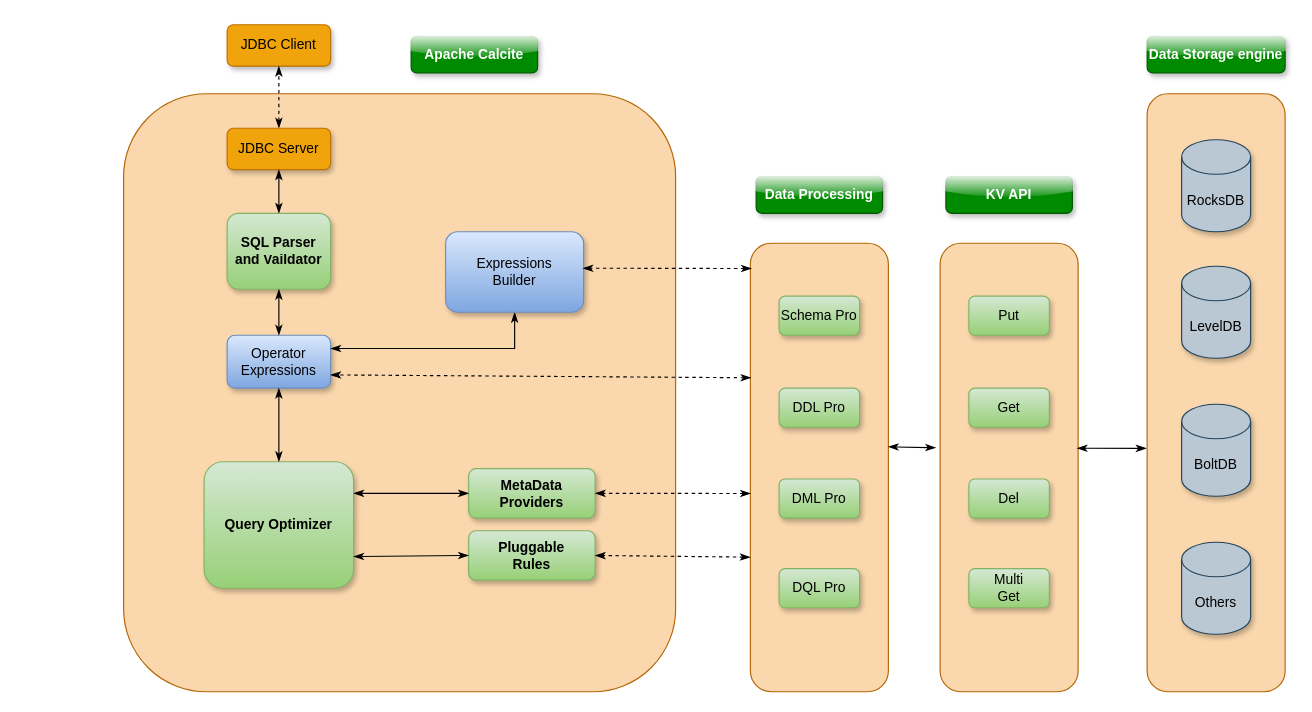
This is Untitled Diagram.drawio from arlottang/tdh_bit, a draw.io file, before an edit. Source tidied: cells renumbered, new cells numbered last; positions are measured from the earlier drawing's top-left corner, leaving out a move shared by most shapes. Both pictures are drawn from the tidied source at 115%, with x=0, y=0 at pixel (123, 24).
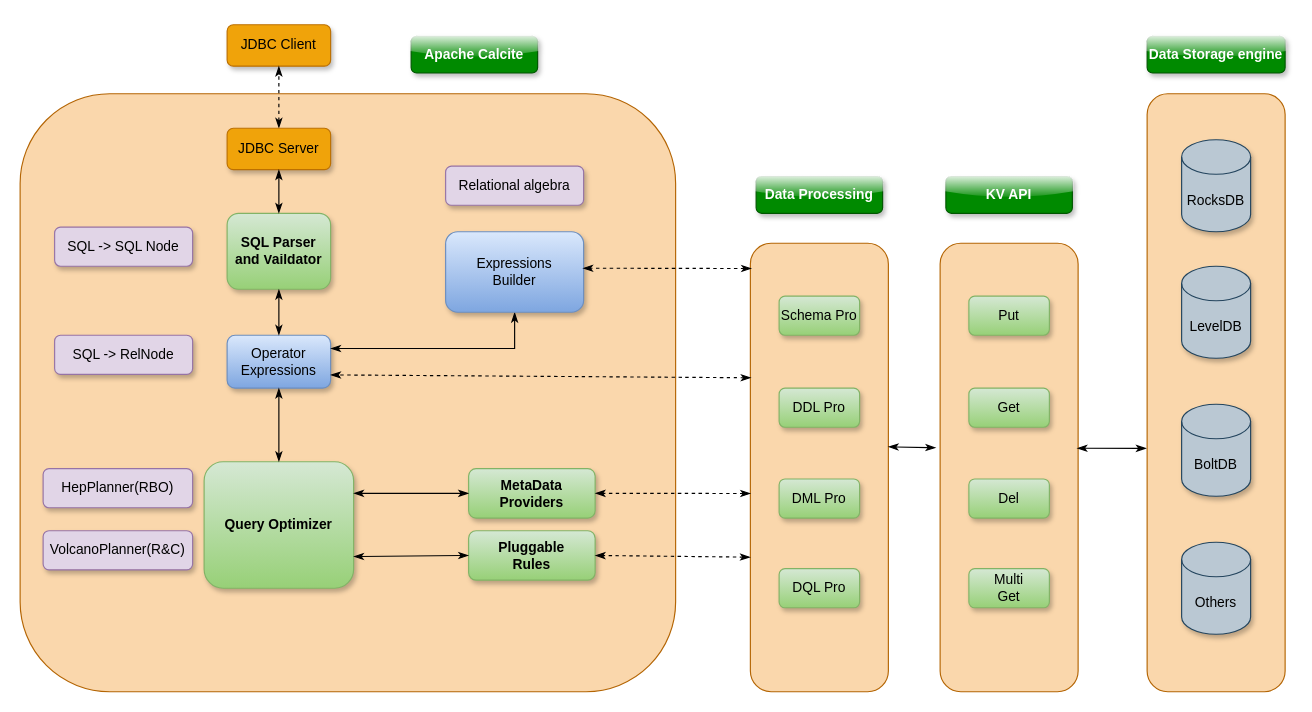
The same page after the edit.

The edit, as a diff of the source:
```diff
@@
     <mxCell id="2" style="rounded=1;whiteSpace=wrap;html=1;hachureGap=4;strokeWidth=1;glass=0;shadow=0;fillColor=#fad7ac;strokeColor=#b46504;" parent="1" vertex="1">
-      <mxGeometry y="60" width="480" height="520" as="geometry" />
+      <mxGeometry x="-90" y="60" width="570" height="520" as="geometry" />
     </mxCell>
@@
+    <mxCell id="43" value="SQL -&amp;gt; SQL Node" style="rounded=1;whiteSpace=wrap;html=1;shadow=1;hachureGap=4;fillColor=#e1d5e7;strokeColor=#9673a6;sketch=0;glass=0;" parent="1" vertex="1">
+      <mxGeometry x="-60" y="176" width="120" height="34" as="geometry" />
+    </mxCell>
+    <mxCell id="44" value="SQL -&amp;gt; RelNode" style="rounded=1;whiteSpace=wrap;html=1;shadow=1;hachureGap=4;fillColor=#e1d5e7;strokeColor=#9673a6;sketch=0;glass=0;" parent="1" vertex="1">
+      <mxGeometry x="-60" y="270" width="120" height="34" as="geometry" />
+    </mxCell>
+    <mxCell id="45" value="VolcanoPlanner(R&amp;amp;C)" style="rounded=1;whiteSpace=wrap;html=1;shadow=1;hachureGap=4;fillColor=#e1d5e7;strokeColor=#9673a6;sketch=0;glass=0;" parent="1" vertex="1">
+      <mxGeometry x="-70" y="440" width="130" height="34" as="geometry" />
+    </mxCell>
+    <mxCell id="46" value="HepPlanner(RBO)" style="rounded=1;whiteSpace=wrap;html=1;shadow=1;hachureGap=4;fillColor=#e1d5e7;strokeColor=#9673a6;sketch=0;glass=0;" parent="1" vertex="1">
+      <mxGeometry x="-70" y="386" width="130" height="34" as="geometry" />
+    </mxCell>
+    <mxCell id="47" value="Relational algebra" style="rounded=1;whiteSpace=wrap;html=1;shadow=1;hachureGap=4;fillColor=#e1d5e7;strokeColor=#9673a6;sketch=0;glass=0;" parent="1" vertex="1">
+      <mxGeometry x="280" y="123" width="120" height="34" as="geometry" />
+    </mxCell>
```
